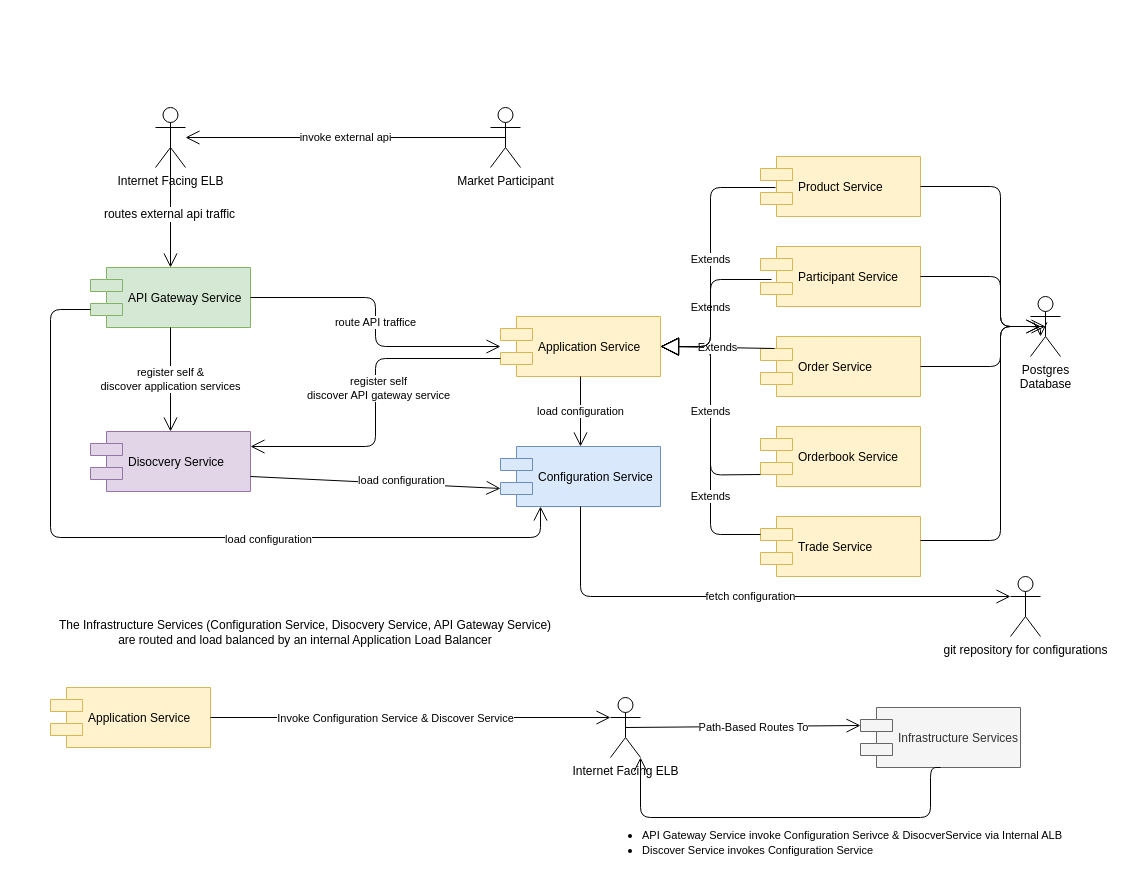
Above: page "All Servcies" (4 of 12) of financial-exchange-docs/finex-software-architecture.drawio in hthakkar275/finexv2 (draw.io), before the change. Source tidied: cells renumbered, new cells numbered last; positions are measured from the earlier drawing's top-left corner, leaving out a move shared by most shapes. Both pictures are drawn from the tidied source at 100%, with x=0, y=0 at pixel (50, 107).
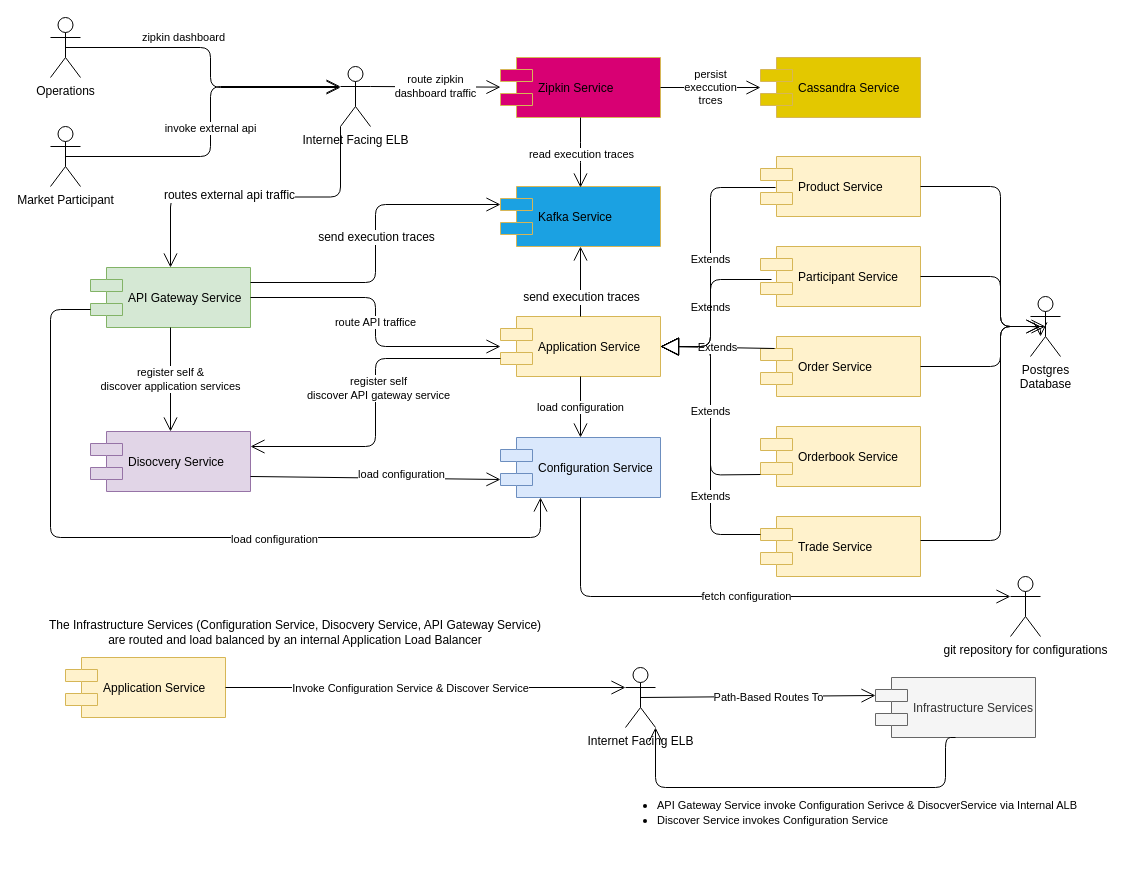
After the change.

The change refers to these unchanged cells:
```xml
<mxCell id="2" value="Application Service" style="shape=component;align=left;spacingLeft=36;fillColor=#fff2cc;strokeColor=#d6b656;" parent="1" vertex="1">
  <mxGeometry x="450" y="209" width="160" height="60" as="geometry" />
</mxCell>
<mxCell id="27" value="API Gateway Service" style="shape=component;align=left;spacingLeft=36;fillColor=#d5e8d4;strokeColor=#82b366;" parent="1" vertex="1">
  <mxGeometry x="40" y="160" width="160" height="60" as="geometry" />
</mxCell>
```

The edit, as a diff of the source:
```diff
@@
     <mxCell id="8" value="Configuration Service" style="shape=component;align=left;spacingLeft=36;fillColor=#dae8fc;strokeColor=#6c8ebf;" parent="1" vertex="1">
-      <mxGeometry x="450" y="339" width="160" height="60" as="geometry" />
+      <mxGeometry x="450" y="330" width="160" height="60" as="geometry" />
     </mxCell>
     <mxCell id="9" value="Internet Facing ELB" style="shape=umlActor;verticalLabelPosition=bottom;labelBackgroundColor=#ffffff;verticalAlign=top;html=1;" parent="1" vertex="1">
-      <mxGeometry x="105" width="30" height="60" as="geometry" />
+      <mxGeometry x="290" y="-41" width="30" height="60" as="geometry" />
     </mxCell>
@@
-    <mxCell id="18" style="endArrow=open;endFill=1;endSize=12;html=1;entryX=0.5;entryY=0;entryDx=0;entryDy=0;exitX=0.5;exitY=0.5;exitDx=0;exitDy=0;exitPerimeter=0;edgeStyle=orthogonalEdgeStyle;" parent="1" edge="1" source="9" target="27">
+    <mxCell id="18" style="endArrow=open;endFill=1;endSize=12;html=1;entryX=0.5;entryY=0;entryDx=0;entryDy=0;exitX=0;exitY=1;exitDx=0;exitDy=0;exitPerimeter=0;edgeStyle=orthogonalEdgeStyle;" parent="1" edge="1" source="9" target="27">
       <mxGeometry relative="1" as="geometry" />
     </mxCell>
@@
     <mxCell id="20" value="Market Participant" style="shape=umlActor;verticalLabelPosition=bottom;labelBackgroundColor=#ffffff;verticalAlign=top;html=1;" parent="1" vertex="1">
-      <mxGeometry x="440" width="30" height="60" as="geometry" />
+      <mxGeometry y="19" width="30" height="60" as="geometry" />
     </mxCell>
-    <mxCell id="21" value="invoke external api" style="endArrow=open;endFill=1;endSize=12;html=1;exitX=0.5;exitY=0.5;exitDx=0;exitDy=0;exitPerimeter=0;" parent="1" edge="1" source="20" target="9">
+    <mxCell id="21" value="invoke external api" style="endArrow=open;endFill=1;endSize=12;html=1;exitX=0.5;exitY=0.5;exitDx=0;exitDy=0;exitPerimeter=0;edgeStyle=orthogonalEdgeStyle;entryX=0;entryY=0.3333333333333333;entryDx=0;entryDy=0;entryPerimeter=0;" parent="1" edge="1" source="20" target="9">
       <mxGeometry relative="1" as="geometry" />
     </mxCell>
@@
     <mxCell id="37" value="The Infrastructure Services (Configuration Service, Disocvery Service, API Gateway Service) are routed and load balanced by an internal Application Load Balancer" style="text;html=1;strokeColor=none;fillColor=none;align=center;verticalAlign=middle;whiteSpace=wrap;rounded=0;" parent="1" vertex="1">
-      <mxGeometry y="500" width="510" height="50" as="geometry" />
+      <mxGeometry x="-10" y="500" width="510" height="50" as="geometry" />
     </mxCell>
     <mxCell id="38" value="Infrastructure Services" style="shape=component;align=left;spacingLeft=36;fillColor=#f5f5f5;strokeColor=#666666;fontColor=#333333;" parent="1" vertex="1">
-      <mxGeometry x="810" y="600" width="160" height="60" as="geometry" />
+      <mxGeometry x="825" y="570" width="160" height="60" as="geometry" />
     </mxCell>
     <mxCell id="39" value="Application Service" style="shape=component;align=left;spacingLeft=36;fillColor=#fff2cc;strokeColor=#d6b656;" parent="1" vertex="1">
-      <mxGeometry y="580" width="160" height="60" as="geometry" />
+      <mxGeometry x="15" y="550" width="160" height="60" as="geometry" />
     </mxCell>
     <mxCell id="40" value="Internet Facing ELB" style="shape=umlActor;verticalLabelPosition=bottom;labelBackgroundColor=#ffffff;verticalAlign=top;html=1;" parent="1" vertex="1">
-      <mxGeometry x="560" y="590" width="30" height="60" as="geometry" />
+      <mxGeometry x="575" y="560" width="30" height="60" as="geometry" />
     </mxCell>
@@
     <mxCell id="43" style="endArrow=open;endFill=1;endSize=12;html=1;exitX=0.5;exitY=1;exitDx=0;exitDy=0;entryX=1;entryY=1;entryDx=0;entryDy=0;entryPerimeter=0;edgeStyle=orthogonalEdgeStyle;" parent="1" edge="1" source="38" target="40">
       <mxGeometry relative="1" as="geometry">
         <Array as="points">
-          <mxPoint x="880" y="710" />
-          <mxPoint x="590" y="710" />
+          <mxPoint x="895" y="680" />
+          <mxPoint x="605" y="680" />
         </Array>
       </mxGeometry>
     </mxCell>
     <mxCell id="44" value="&lt;ul&gt;&lt;li&gt;&lt;span style=&quot;font-size: 11px ; background-color: rgb(255 , 255 , 255)&quot;&gt;API Gateway Service invoke Configuration Serivce &amp;amp; DisocverService via Internal ALB&lt;/span&gt;&lt;/li&gt;&lt;li&gt;&lt;span style=&quot;font-size: 11px ; background-color: rgb(255 , 255 , 255)&quot;&gt;Discover Service invokes Configuration Service&lt;/span&gt;&lt;/li&gt;&lt;/ul&gt;" style="text;html=1;strokeColor=none;fillColor=none;align=left;verticalAlign=middle;whiteSpace=wrap;rounded=0;" parent="1" vertex="1">
-      <mxGeometry x="550" y="710" width="490" height="50" as="geometry" />
+      <mxGeometry x="565" y="680" width="490" height="50" as="geometry" />
     </mxCell>
@@
+    <mxCell id="47" value="Kafka Service" style="shape=component;align=left;spacingLeft=36;strokeColor=#d6b656;fillColor=#1BA1E2;" parent="1" vertex="1">
+      <mxGeometry x="450" y="79" width="160" height="60" as="geometry" />
+    </mxCell>
+    <mxCell id="48" value="Zipkin Service" style="shape=component;align=left;spacingLeft=36;strokeColor=#d6b656;fillColor=#D80073;" parent="1" vertex="1">
+      <mxGeometry x="450" y="-50" width="160" height="60" as="geometry" />
+    </mxCell>
+    <mxCell id="49" style="endArrow=open;endFill=1;endSize=12;html=1;entryX=0;entryY=0.3;entryDx=0;entryDy=0;exitX=1;exitY=0.25;exitDx=0;exitDy=0;edgeStyle=orthogonalEdgeStyle;" parent="1" edge="1" source="27" target="47">
+      <mxGeometry relative="1" as="geometry" />
+    </mxCell>
+    <mxCell id="50" value="send execution traces" style="text;html=1;align=center;verticalAlign=middle;labelBackgroundColor=#ffffff;" parent="49" vertex="1">
+      <mxGeometry x="0.17" y="-2" relative="1" as="geometry">
+        <mxPoint x="-2" y="21" as="offset" />
+      </mxGeometry>
+    </mxCell>
+    <mxCell id="51" style="endArrow=open;endFill=1;endSize=12;html=1;entryX=0.5;entryY=1;entryDx=0;entryDy=0;exitX=0.5;exitY=0;exitDx=0;exitDy=0;edgeStyle=orthogonalEdgeStyle;" parent="1" edge="1" source="2" target="47">
+      <mxGeometry relative="1" as="geometry" />
+    </mxCell>
+    <mxCell id="52" value="send execution traces" style="text;html=1;align=center;verticalAlign=middle;labelBackgroundColor=#ffffff;" parent="51" vertex="1">
+      <mxGeometry x="0.17" y="-2" relative="1" as="geometry">
+        <mxPoint x="-2" y="21" as="offset" />
+      </mxGeometry>
+    </mxCell>
+    <mxCell id="53" style="endArrow=open;endFill=1;endSize=12;html=1;exitX=0.5;exitY=1;exitDx=0;exitDy=0;edgeStyle=orthogonalEdgeStyle;" parent="1" edge="1" source="48">
+      <mxGeometry relative="1" as="geometry">
+        <mxPoint x="530" y="80" as="targetPoint" />
+      </mxGeometry>
+    </mxCell>
+    <mxCell id="54" value="read execution traces" style="edgeLabel;html=1;align=center;verticalAlign=middle;" parent="53" vertex="1">
+      <mxGeometry x="0.06" relative="1" as="geometry" />
+    </mxCell>
+    <mxCell id="55" value="Operations" style="shape=umlActor;verticalLabelPosition=bottom;labelBackgroundColor=#ffffff;verticalAlign=top;html=1;" parent="1" vertex="1">
+      <mxGeometry y="-90" width="30" height="60" as="geometry" />
+    </mxCell>
+    <mxCell id="56" value="zipkin dashboard" style="endArrow=open;endFill=1;endSize=12;html=1;exitX=0.5;exitY=0.5;exitDx=0;exitDy=0;exitPerimeter=0;edgeStyle=orthogonalEdgeStyle;" parent="1" edge="1" source="55" target="9">
+      <mxGeometry x="-0.25" y="10" relative="1" as="geometry">
+        <Array as="points">
+          <mxPoint x="160" y="-60" />
+          <mxPoint x="160" y="-20" />
+        </Array>
+      </mxGeometry>
+    </mxCell>
+    <mxCell id="57" value="route zipkin&lt;br&gt;dashboard traffic" style="endArrow=open;endFill=1;endSize=12;html=1;exitX=1;exitY=0.3333333333333333;exitDx=0;exitDy=0;exitPerimeter=0;" parent="1" edge="1" source="9" target="48">
+      <mxGeometry relative="1" as="geometry" />
+    </mxCell>
+    <mxCell id="58" value="Cassandra Service" style="shape=component;align=left;spacingLeft=36;strokeColor=#d6b656;fillColor=#E3C800;" parent="1" vertex="1">
+      <mxGeometry x="710" y="-50" width="160" height="60" as="geometry" />
+    </mxCell>
+    <mxCell id="59" value="persist&lt;br&gt;execcution&lt;br&gt;trces" style="endArrow=open;endFill=1;endSize=12;html=1;exitX=1;exitY=0.5;exitDx=0;exitDy=0;" parent="1" edge="1" source="48" target="58">
+      <mxGeometry relative="1" as="geometry" />
+    </mxCell>
```
